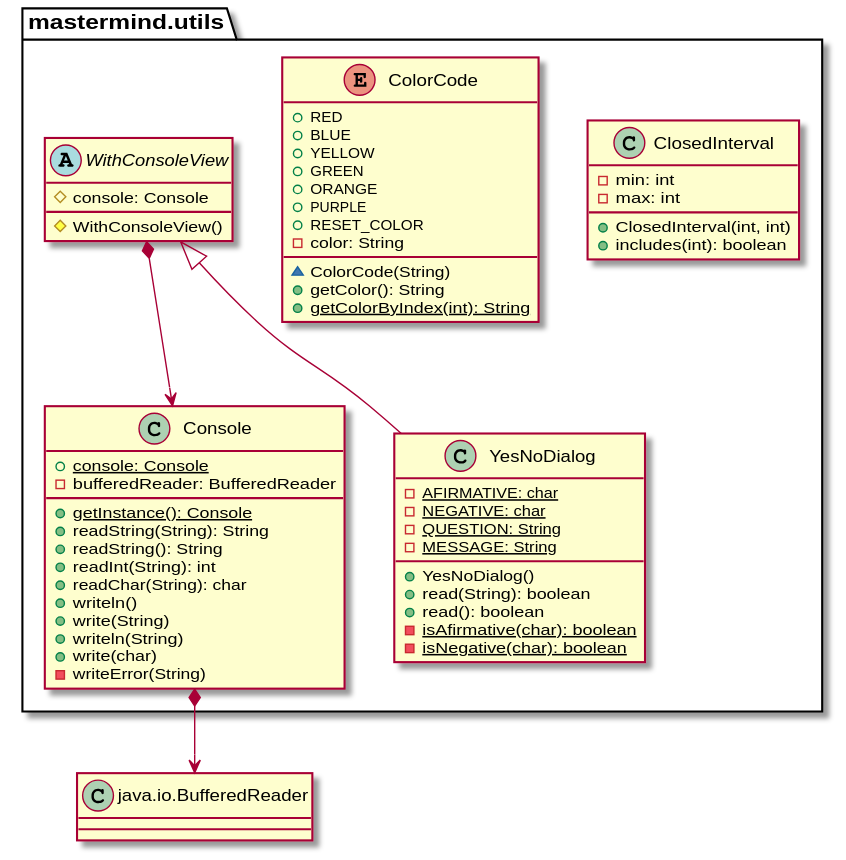
This is documentView/console/docs/diagrams/out/paquetes/mastermind.utils.svg from SantaTecla-mastermind/solution.java.swing.socket.sql, a PlantUML export, as it was before one commit.
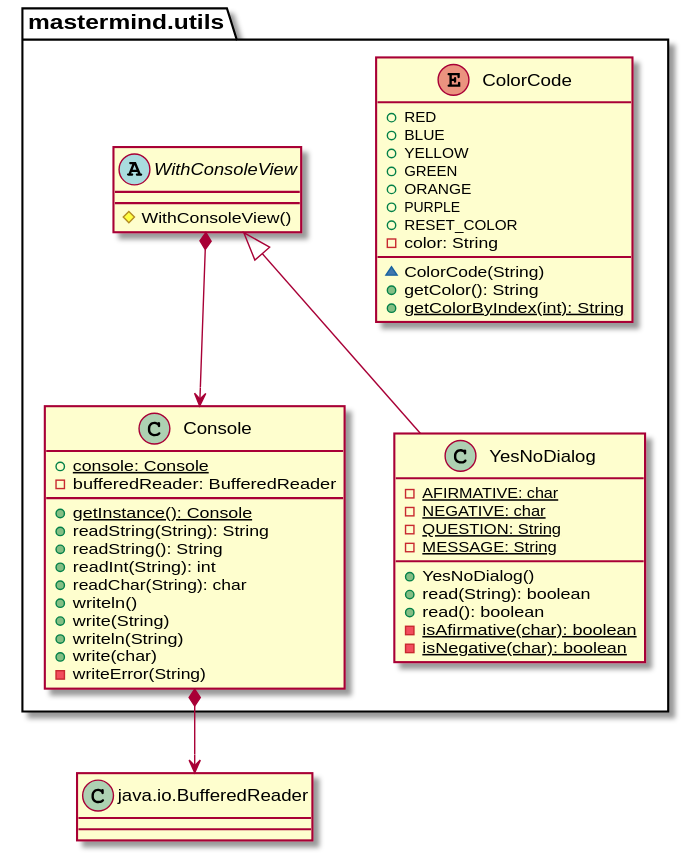
The same file after the commit.

Commit message:
Finalizada versión documentView-console

Diff of the diagram source:
```diff
@@ -1,12 +1,5 @@
 @startuml
 class BufferedReader as "java.io.BufferedReader"{}
-
-class  mastermind.utils.ClosedInterval{
-- min: int
-- max: int
-+ ClosedInterval(int, int)
-+ includes(int): boolean
-}
 
 enum mastermind.utils.ColorCode{
 + RED
@@ -39,7 +32,6 @@
 mastermind.utils.Console *-down-> BufferedReader
 
 abstract class mastermind.utils.WithConsoleView{
-# console: Console
 # WithConsoleView()
 }
 mastermind.utils.WithConsoleView *-down-> mastermind.utils.Console
```
